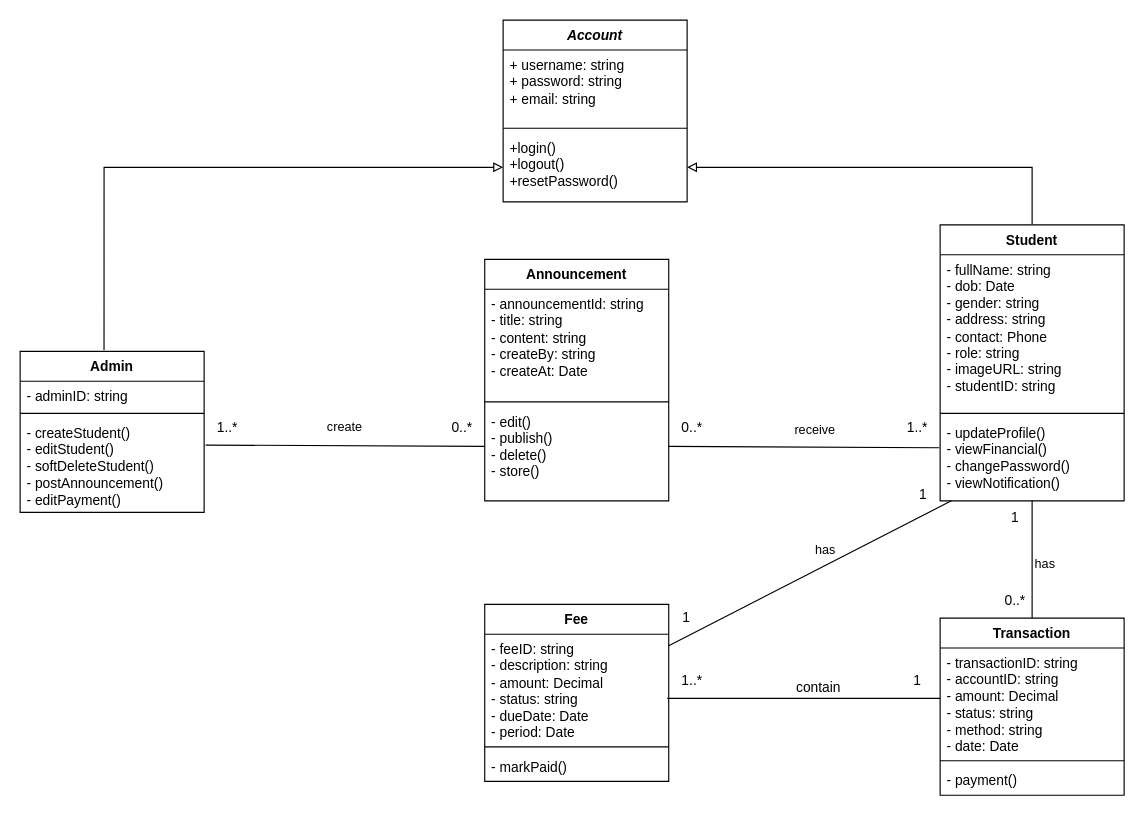
Earlier version of the draw.io diagram documents/draw.io/Class-Diagram.drawio (zombieTDV/Student-Management-System). Source tidied: cells renumbered, new cells numbered last; positions are measured from the earlier drawing's top-left corner, leaving out a move shared by most shapes. Both pictures are drawn from the tidied source at 115%, with x=0, y=0 at pixel (20, 20).
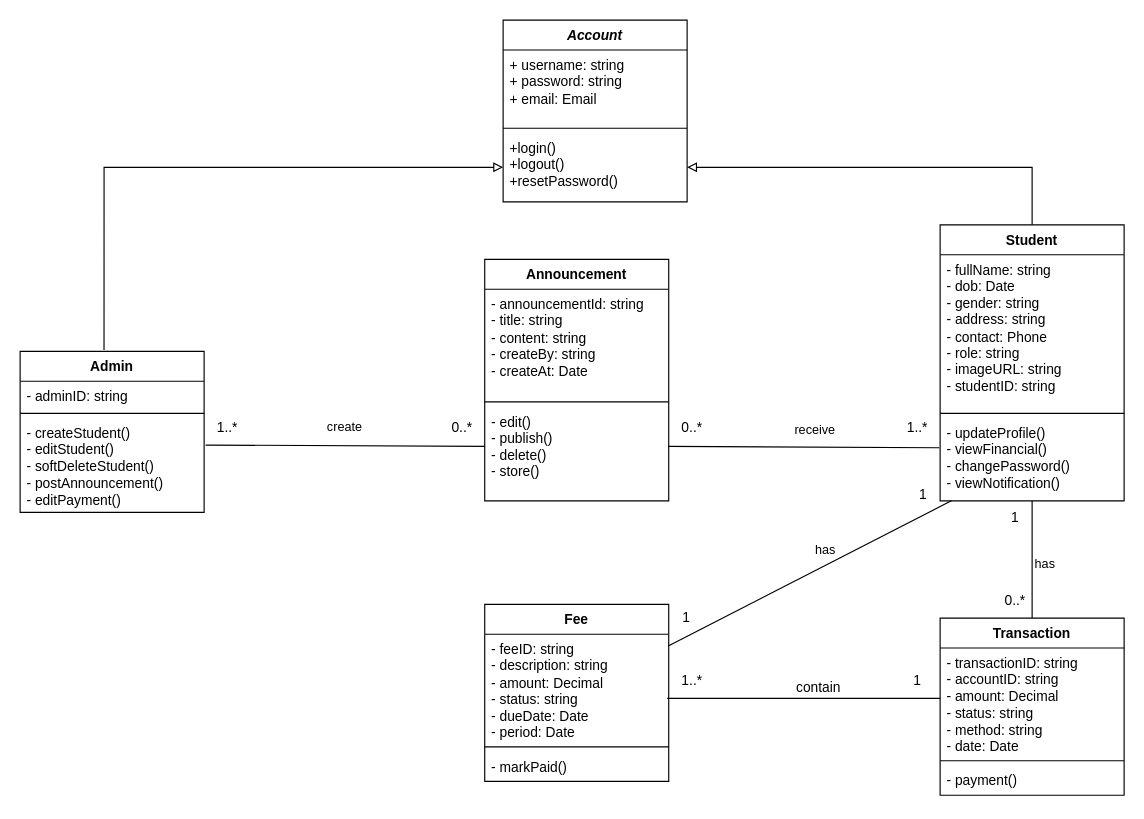
The same page after the edit.

Commit message (it also covers changes not shown here):
-Class-Diagram

The change refers to these unchanged cells:
```xml
<mxCell id="2" value="&lt;i&gt;Account&lt;/i&gt;" style="swimlane;fontStyle=1;align=center;verticalAlign=top;horizontal=1;startSize=26;whiteSpace=wrap;html=1;" parent="1" vertex="1">
  <mxGeometry x="420" width="160" height="158" as="geometry" />
</mxCell>
```

Change to the diagram source:
```diff
@@
-    <mxCell id="3" value="+ username: string&lt;div&gt;+ password: string&lt;/div&gt;&lt;div&gt;+ email: string&lt;/div&gt;" style="text;strokeColor=none;fillColor=none;align=left;verticalAlign=top;spacingLeft=4;spacingRight=4;overflow=hidden;whiteSpace=wrap;html=1;" parent="2" vertex="1">
+    <mxCell id="3" value="+ username: string&lt;div&gt;+ password: string&lt;/div&gt;&lt;div&gt;+ email: Email&lt;/div&gt;" style="text;strokeColor=none;fillColor=none;align=left;verticalAlign=top;spacingLeft=4;spacingRight=4;overflow=hidden;whiteSpace=wrap;html=1;" parent="2" vertex="1">
       <mxGeometry y="26" width="160" height="64" as="geometry" />
     </mxCell>
```
